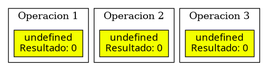
This is Backend/arboles_combinados.png from KRMushin/LFP_VD_2024_Proyecto2_2836146330101, a Graphviz export, as it was before one commit. Its source is kept beside it as Backend/arboles_combinados.dot.
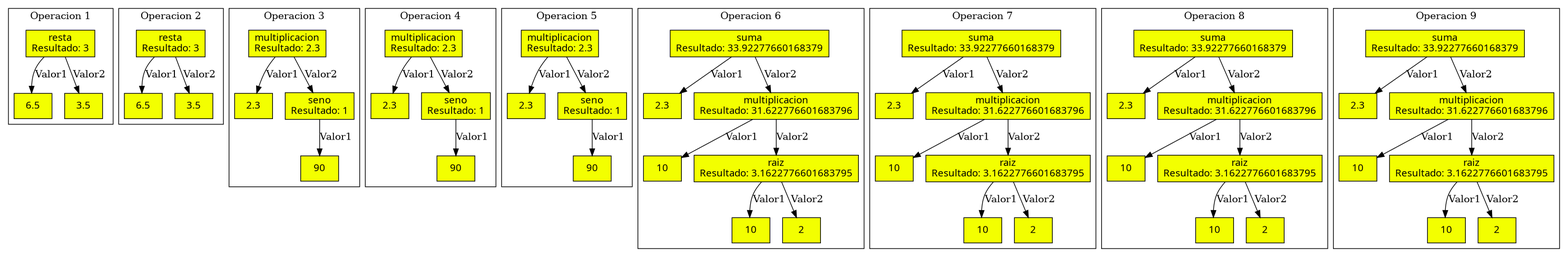
After the commit.

Diff of the diagram source:
```diff
@@ -4,14 +4,112 @@
     edge [color=black];
     subgraph cluster_0 {
         label="Operacion 1";
-    "nodo_1ht3km" [label="undefined\nResultado: 0", shape=box, fillcolor="#f3ff00", fontcolor="#000000", style=filled];
+    "nodo_cqm444" [label="resta\nResultado: 3", shape=box, fillcolor="#f3ff00", fontcolor="#000000", style=filled];
+    "valor1_nodo_cqm444" [label="6.5", shape=box, fillcolor="#f3ff00", fontcolor="#000000", style=filled];
+    "nodo_cqm444" -> "valor1_nodo_cqm444" [label="Valor1"];
+    "valor2_nodo_cqm444" [label="3.5", shape=box, fillcolor="#f3ff00", fontcolor="#000000", style=filled];
+    "nodo_cqm444" -> "valor2_nodo_cqm444" [label="Valor2"];
     }
     subgraph cluster_1 {
         label="Operacion 2";
-    "nodo_v3cjm4" [label="undefined\nResultado: 0", shape=box, fillcolor="#f3ff00", fontcolor="#000000", style=filled];
+    "nodo_y7z9n4" [label="resta\nResultado: 3", shape=box, fillcolor="#f3ff00", fontcolor="#000000", style=filled];
+    "valor1_nodo_y7z9n4" [label="6.5", shape=box, fillcolor="#f3ff00", fontcolor="#000000", style=filled];
+    "nodo_y7z9n4" -> "valor1_nodo_y7z9n4" [label="Valor1"];
+    "valor2_nodo_y7z9n4" [label="3.5", shape=box, fillcolor="#f3ff00", fontcolor="#000000", style=filled];
+    "nodo_y7z9n4" -> "valor2_nodo_y7z9n4" [label="Valor2"];
     }
     subgraph cluster_2 {
         label="Operacion 3";
-    "nodo_0wrqz" [label="undefined\nResultado: 0", shape=box, fillcolor="#f3ff00", fontcolor="#000000", style=filled];
+    "nodo_atu9od" [label="multiplicacion\nResultado: 2.3", shape=box, fillcolor="#f3ff00", fontcolor="#000000", style=filled];
+    "valor1_nodo_atu9od" [label="2.3", shape=box, fillcolor="#f3ff00", fontcolor="#000000", style=filled];
+    "nodo_atu9od" -> "valor1_nodo_atu9od" [label="Valor1"];
+    "nodo_5ywxmo" [label="seno\nResultado: 1", shape=box, fillcolor="#f3ff00", fontcolor="#000000", style=filled];
+    "valor1_nodo_5ywxmo" [label="90", shape=box, fillcolor="#f3ff00", fontcolor="#000000", style=filled];
+    "nodo_5ywxmo" -> "valor1_nodo_5ywxmo" [label="Valor1"];
+    "nodo_atu9od" -> "nodo_5ywxmo" [label="Valor2"];
+    }
+    subgraph cluster_3 {
+        label="Operacion 4";
+    "nodo_4o4orr" [label="multiplicacion\nResultado: 2.3", shape=box, fillcolor="#f3ff00", fontcolor="#000000", style=filled];
+    "valor1_nodo_4o4orr" [label="2.3", shape=box, fillcolor="#f3ff00", fontcolor="#000000", style=filled];
+    "nodo_4o4orr" -> "valor1_nodo_4o4orr" [label="Valor1"];
+    "nodo_vteea8" [label="seno\nResultado: 1", shape=box, fillcolor="#f3ff00", fontcolor="#000000", style=filled];
+    "valor1_nodo_vteea8" [label="90", shape=box, fillcolor="#f3ff00", fontcolor="#000000", style=filled];
+    "nodo_vteea8" -> "valor1_nodo_vteea8" [label="Valor1"];
+    "nodo_4o4orr" -> "nodo_vteea8" [label="Valor2"];
+    }
+    subgraph cluster_4 {
+        label="Operacion 5";
+    "nodo_5gyz87" [label="multiplicacion\nResultado: 2.3", shape=box, fillcolor="#f3ff00", fontcolor="#000000", style=filled];
+    "valor1_nodo_5gyz87" [label="2.3", shape=box, fillcolor="#f3ff00", fontcolor="#000000", style=filled];
+    "nodo_5gyz87" -> "valor1_nodo_5gyz87" [label="Valor1"];
+    "nodo_0xs96p" [label="seno\nResultado: 1", shape=box, fillcolor="#f3ff00", fontcolor="#000000", style=filled];
+    "valor1_nodo_0xs96p" [label="90", shape=box, fillcolor="#f3ff00", fontcolor="#000000", style=filled];
+    "nodo_0xs96p" -> "valor1_nodo_0xs96p" [label="Valor1"];
+    "nodo_5gyz87" -> "nodo_0xs96p" [label="Valor2"];
+    }
+    subgraph cluster_5 {
+        label="Operacion 6";
+    "nodo_8qchj1" [label="suma\nResultado: 33.92277660168379", shape=box, fillcolor="#f3ff00", fontcolor="#000000", style=filled];
+    "valor1_nodo_8qchj1" [label="2.3", shape=box, fillcolor="#f3ff00", fontcolor="#000000", style=filled];
+    "nodo_8qchj1" -> "valor1_nodo_8qchj1" [label="Valor1"];
+    "nodo_wfwut" [label="multiplicacion\nResultado: 31.622776601683796", shape=box, fillcolor="#f3ff00", fontcolor="#000000", style=filled];
+    "valor1_nodo_wfwut" [label="10", shape=box, fillcolor="#f3ff00", fontcolor="#000000", style=filled];
+    "nodo_wfwut" -> "valor1_nodo_wfwut" [label="Valor1"];
+    "nodo_5twbxl" [label="raiz\nResultado: 3.1622776601683795", shape=box, fillcolor="#f3ff00", fontcolor="#000000", style=filled];
+    "valor1_nodo_5twbxl" [label="10", shape=box, fillcolor="#f3ff00", fontcolor="#000000", style=filled];
+    "nodo_5twbxl" -> "valor1_nodo_5twbxl" [label="Valor1"];
+    "valor2_nodo_5twbxl" [label="2", shape=box, fillcolor="#f3ff00", fontcolor="#000000", style=filled];
+    "nodo_5twbxl" -> "valor2_nodo_5twbxl" [label="Valor2"];
+    "nodo_wfwut" -> "nodo_5twbxl" [label="Valor2"];
+    "nodo_8qchj1" -> "nodo_wfwut" [label="Valor2"];
+    }
+    subgraph cluster_6 {
+        label="Operacion 7";
+    "nodo_qnqr8" [label="suma\nResultado: 33.92277660168379", shape=box, fillcolor="#f3ff00", fontcolor="#000000", style=filled];
+    "valor1_nodo_qnqr8" [label="2.3", shape=box, fillcolor="#f3ff00", fontcolor="#000000", style=filled];
+    "nodo_qnqr8" -> "valor1_nodo_qnqr8" [label="Valor1"];
+    "nodo_ib13l" [label="multiplicacion\nResultado: 31.622776601683796", shape=box, fillcolor="#f3ff00", fontcolor="#000000", style=filled];
+    "valor1_nodo_ib13l" [label="10", shape=box, fillcolor="#f3ff00", fontcolor="#000000", style=filled];
+    "nodo_ib13l" -> "valor1_nodo_ib13l" [label="Valor1"];
+    "nodo_gm40mp" [label="raiz\nResultado: 3.1622776601683795", shape=box, fillcolor="#f3ff00", fontcolor="#000000", style=filled];
+    "valor1_nodo_gm40mp" [label="10", shape=box, fillcolor="#f3ff00", fontcolor="#000000", style=filled];
+    "nodo_gm40mp" -> "valor1_nodo_gm40mp" [label="Valor1"];
+    "valor2_nodo_gm40mp" [label="2", shape=box, fillcolor="#f3ff00", fontcolor="#000000", style=filled];
+    "nodo_gm40mp" -> "valor2_nodo_gm40mp" [label="Valor2"];
+    "nodo_ib13l" -> "nodo_gm40mp" [label="Valor2"];
+    "nodo_qnqr8" -> "nodo_ib13l" [label="Valor2"];
+    }
+    subgraph cluster_7 {
+        label="Operacion 8";
+    "nodo_hal8zp" [label="suma\nResultado: 33.92277660168379", shape=box, fillcolor="#f3ff00", fontcolor="#000000", style=filled];
+    "valor1_nodo_hal8zp" [label="2.3", shape=box, fillcolor="#f3ff00", fontcolor="#000000", style=filled];
+    "nodo_hal8zp" -> "valor1_nodo_hal8zp" [label="Valor1"];
+    "nodo_ayxxp" [label="multiplicacion\nResultado: 31.622776601683796", shape=box, fillcolor="#f3ff00", fontcolor="#000000", style=filled];
+    "valor1_nodo_ayxxp" [label="10", shape=box, fillcolor="#f3ff00", fontcolor="#000000", style=filled];
+    "nodo_ayxxp" -> "valor1_nodo_ayxxp" [label="Valor1"];
+    "nodo_lvfza9" [label="raiz\nResultado: 3.1622776601683795", shape=box, fillcolor="#f3ff00", fontcolor="#000000", style=filled];
+    "valor1_nodo_lvfza9" [label="10", shape=box, fillcolor="#f3ff00", fontcolor="#000000", style=filled];
+    "nodo_lvfza9" -> "valor1_nodo_lvfza9" [label="Valor1"];
+    "valor2_nodo_lvfza9" [label="2", shape=box, fillcolor="#f3ff00", fontcolor="#000000", style=filled];
+    "nodo_lvfza9" -> "valor2_nodo_lvfza9" [label="Valor2"];
+    "nodo_ayxxp" -> "nodo_lvfza9" [label="Valor2"];
+    "nodo_hal8zp" -> "nodo_ayxxp" [label="Valor2"];
+    }
+    subgraph cluster_8 {
+        label="Operacion 9";
+    "nodo_ka92q" [label="suma\nResultado: 33.92277660168379", shape=box, fillcolor="#f3ff00", fontcolor="#000000", style=filled];
+    "valor1_nodo_ka92q" [label="2.3", shape=box, fillcolor="#f3ff00", fontcolor="#000000", style=filled];
+    "nodo_ka92q" -> "valor1_nodo_ka92q" [label="Valor1"];
+    "nodo_ibtybm" [label="multiplicacion\nResultado: 31.622776601683796", shape=box, fillcolor="#f3ff00", fontcolor="#000000", style=filled];
+    "valor1_nodo_ibtybm" [label="10", shape=box, fillcolor="#f3ff00", fontcolor="#000000", style=filled];
+    "nodo_ibtybm" -> "valor1_nodo_ibtybm" [label="Valor1"];
+    "nodo_4n02e9" [label="raiz\nResultado: 3.1622776601683795", shape=box, fillcolor="#f3ff00", fontcolor="#000000", style=filled];
+    "valor1_nodo_4n02e9" [label="10", shape=box, fillcolor="#f3ff00", fontcolor="#000000", style=filled];
+    "nodo_4n02e9" -> "valor1_nodo_4n02e9" [label="Valor1"];
+    "valor2_nodo_4n02e9" [label="2", shape=box, fillcolor="#f3ff00", fontcolor="#000000", style=filled];
+    "nodo_4n02e9" -> "valor2_nodo_4n02e9" [label="Valor2"];
+    "nodo_ibtybm" -> "nodo_4n02e9" [label="Valor2"];
+    "nodo_ka92q" -> "nodo_ibtybm" [label="Valor2"];
     }
 }
```
